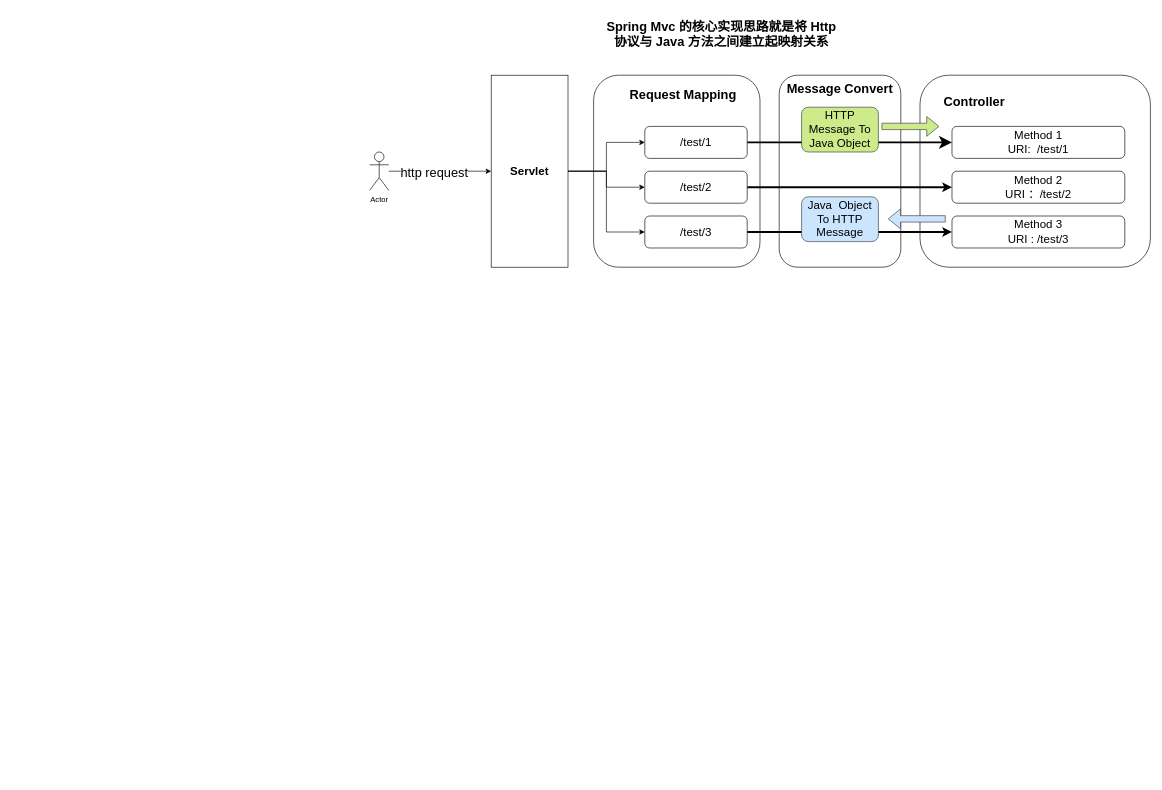
Earlier version of the draw.io diagram spring/springmvc实现思路.drawio (GitHeP/diagrams). Source tidied: cells renumbered, new cells numbered last; positions are measured from the earlier drawing's top-left corner, leaving out a move shared by most shapes. Both pictures are drawn from the tidied source at 64%, with x=0, y=0 at pixel (369, 11).
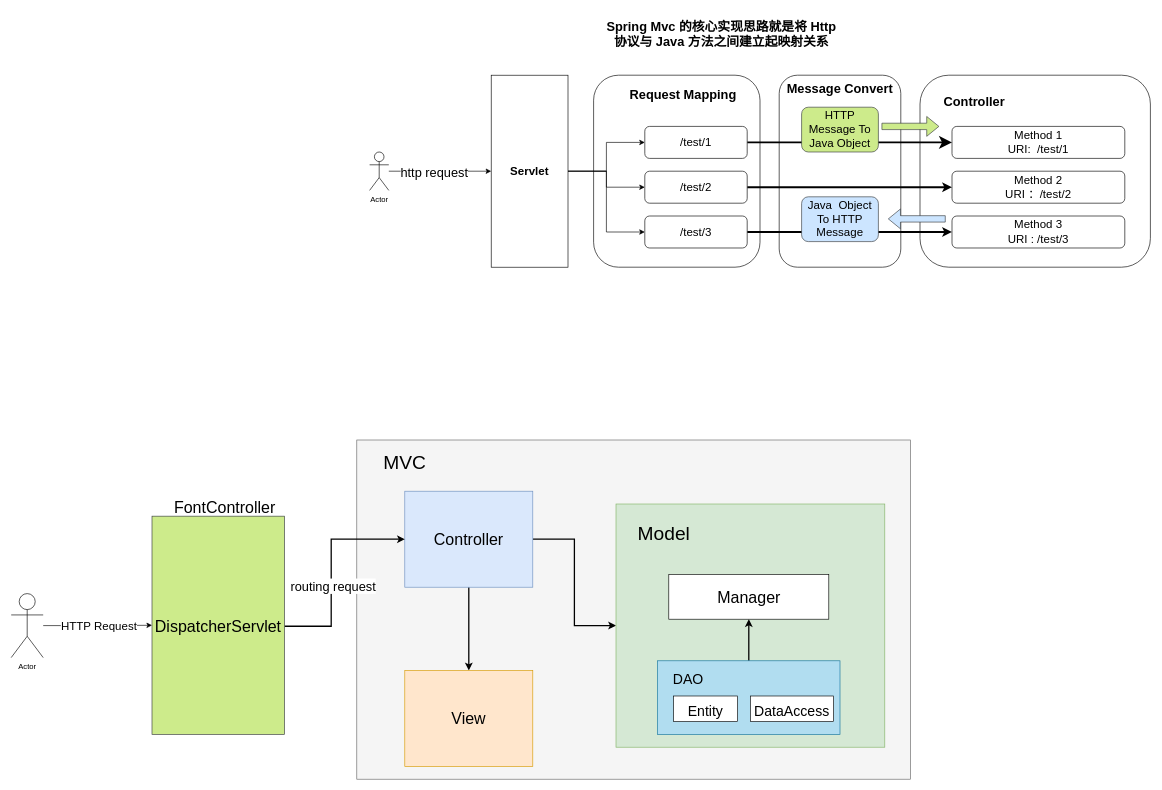
The same diagram, later.

Commit message:
更新springmvc实现思路.drawio

Diff of the diagram source:
```diff
@@
+    <mxCell id="29" style="rounded=0;whiteSpace=wrap;html=1;fillColor=#f5f5f5;fontColor=#333333;strokeColor=#666666;" parent="1" vertex="1">
+      <mxGeometry x="-20" y="670" width="865" height="530" as="geometry" />
+    </mxCell>
+    <mxCell id="30" style="edgeStyle=orthogonalEdgeStyle;rounded=0;jettySize=auto;html=1;fontSize=25;strokeWidth=2;" parent="1" edge="1" source="32" target="34">
+      <mxGeometry relative="1" as="geometry" />
+    </mxCell>
+    <mxCell id="31" style="edgeStyle=orthogonalEdgeStyle;rounded=0;jettySize=auto;html=1;exitX=0.5;exitY=1;exitDx=0;exitDy=0;fontSize=25;strokeWidth=2;" parent="1" edge="1" source="32" target="33">
+      <mxGeometry relative="1" as="geometry" />
+    </mxCell>
+    <mxCell id="32" value="&lt;font style=&quot;font-size: 25px;&quot;&gt;Controller&lt;/font&gt;" style="rounded=0;whiteSpace=wrap;html=1;fillColor=#dae8fc;strokeColor=#6c8ebf;" parent="1" vertex="1">
+      <mxGeometry x="55" y="750" width="200" height="150" as="geometry" />
+    </mxCell>
+    <mxCell id="33" value="&lt;font style=&quot;font-size: 25px;&quot;&gt;View&lt;/font&gt;" style="rounded=0;whiteSpace=wrap;html=1;fillColor=#ffe6cc;strokeColor=#d79b00;" parent="1" vertex="1">
+      <mxGeometry x="55" y="1030" width="200" height="150" as="geometry" />
+    </mxCell>
+    <mxCell id="34" style="rounded=0;whiteSpace=wrap;html=1;fillColor=#d5e8d4;strokeColor=#82b366;" parent="1" vertex="1">
+      <mxGeometry x="385" y="770" width="420" height="380" as="geometry" />
+    </mxCell>
+    <mxCell id="35" style="edgeStyle=orthogonalEdgeStyle;rounded=0;jettySize=auto;html=1;exitX=0.5;exitY=0;exitDx=0;exitDy=0;entryX=0.5;entryY=1;entryDx=0;entryDy=0;fontSize=30;strokeWidth=2;" parent="1" edge="1" source="36" target="37">
+      <mxGeometry relative="1" as="geometry" />
+    </mxCell>
+    <mxCell id="36" style="rounded=0;whiteSpace=wrap;html=1;fontSize=25;fillColor=#b1ddf0;strokeColor=#10739e;" parent="1" vertex="1">
+      <mxGeometry x="450" y="1015" width="285" height="115" as="geometry" />
+    </mxCell>
+    <mxCell id="37" value="Manager" style="rounded=0;whiteSpace=wrap;html=1;fontSize=25;" parent="1" vertex="1">
+      <mxGeometry x="467.5" y="880" width="250" height="70" as="geometry" />
+    </mxCell>
+    <mxCell id="38" value="&lt;font style=&quot;font-size: 30px;&quot;&gt;MVC&lt;/font&gt;" style="text;html=1;strokeColor=none;fillColor=none;align=center;verticalAlign=middle;whiteSpace=wrap;rounded=0;fontSize=25;" parent="1" vertex="1">
+      <mxGeometry y="680" width="110" height="50" as="geometry" />
+    </mxCell>
+    <mxCell id="39" value="&lt;font style=&quot;font-size: 30px;&quot;&gt;Model&lt;/font&gt;" style="text;html=1;strokeColor=none;fillColor=none;align=center;verticalAlign=middle;whiteSpace=wrap;rounded=0;fontSize=25;" parent="1" vertex="1">
+      <mxGeometry x="405" y="790" width="110" height="50" as="geometry" />
+    </mxCell>
+    <mxCell id="40" value="&lt;font style=&quot;font-size: 22px;&quot;&gt;Entity&lt;/font&gt;" style="rounded=0;whiteSpace=wrap;html=1;fontSize=30;" parent="1" vertex="1">
+      <mxGeometry x="475" y="1070" width="100" height="40" as="geometry" />
+    </mxCell>
+    <mxCell id="41" value="&lt;font style=&quot;font-size: 22px;&quot;&gt;DataAccess&lt;/font&gt;" style="rounded=0;whiteSpace=wrap;html=1;fontSize=30;" parent="1" vertex="1">
+      <mxGeometry x="595" y="1070" width="130" height="40" as="geometry" />
+    </mxCell>
+    <mxCell id="42" value="DAO" style="text;html=1;strokeColor=none;fillColor=none;align=center;verticalAlign=middle;whiteSpace=wrap;rounded=0;fontSize=22;" parent="1" vertex="1">
+      <mxGeometry x="467.5" y="1030" width="60" height="30" as="geometry" />
+    </mxCell>
+    <mxCell id="43" style="edgeStyle=orthogonalEdgeStyle;rounded=0;jettySize=auto;html=1;entryX=0;entryY=0.5;entryDx=0;entryDy=0;strokeWidth=2;" parent="1" edge="1" source="45" target="32">
+      <mxGeometry relative="1" as="geometry">
+        <Array as="points">
+          <mxPoint x="-60" y="961" />
+          <mxPoint x="-60" y="825" />
+        </Array>
+      </mxGeometry>
+    </mxCell>
+    <mxCell id="44" value="&lt;font style=&quot;font-size: 20px;&quot;&gt;routing request&lt;/font&gt;" style="edgeLabel;html=1;align=center;verticalAlign=middle;" parent="43" vertex="1">
+      <mxGeometry x="-0.15" y="-2" relative="1" as="geometry">
+        <mxPoint y="1" as="offset" />
+      </mxGeometry>
+    </mxCell>
+    <mxCell id="45" value="&lt;font style=&quot;font-size: 25px;&quot;&gt;DispatcherServlet&lt;/font&gt;" style="rounded=0;whiteSpace=wrap;html=1;fillColor=#cdeb8b;strokeColor=#36393d;" parent="1" vertex="1">
+      <mxGeometry x="-340" y="789" width="207" height="341" as="geometry" />
+    </mxCell>
+    <mxCell id="46" value="&lt;font style=&quot;font-size: 25px;&quot;&gt;FontController&lt;/font&gt;" style="text;html=1;strokeColor=none;fillColor=none;align=center;verticalAlign=middle;whiteSpace=wrap;rounded=0;" parent="1" vertex="1">
+      <mxGeometry x="-296.5" y="760" width="140" height="30" as="geometry" />
+    </mxCell>
+    <mxCell id="47" style="edgeStyle=orthogonalEdgeStyle;rounded=0;jettySize=auto;html=1;entryX=0;entryY=0.5;entryDx=0;entryDy=0;" parent="1" edge="1" source="49" target="45">
+      <mxGeometry relative="1" as="geometry" />
+    </mxCell>
+    <mxCell id="48" value="&lt;font style=&quot;font-size: 18px;&quot;&gt;HTTP Request&lt;/font&gt;" style="edgeLabel;html=1;align=center;verticalAlign=middle;" parent="47" vertex="1">
+      <mxGeometry x="-0.26" y="1" relative="1" as="geometry">
+        <mxPoint x="23" y="1" as="offset" />
+      </mxGeometry>
+    </mxCell>
+    <mxCell id="49" value="Actor" style="shape=umlActor;verticalLabelPosition=bottom;verticalAlign=top;html=1;outlineConnect=0;" parent="1" vertex="1">
+      <mxGeometry x="-560" y="910" width="50" height="100" as="geometry" />
+    </mxCell>
```
